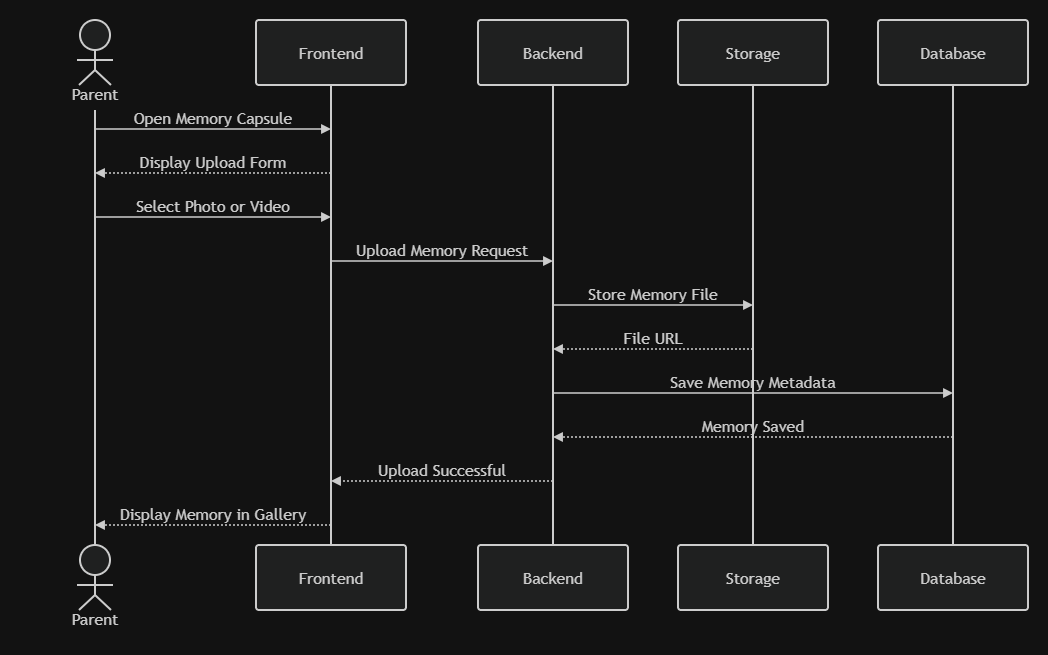
khodadadipoone-boop/-Maniarverse- keeps this draw.io diagram as docs/requirements/SequenceDiagram/SequenceDiagram_UploadMemory_MVP_v1.0.png. Above is the earlier version. Source tidied: cells renumbered, new cells last; positions are measured from the earlier drawing's top-left corner, leaving out a move shared by most shapes.
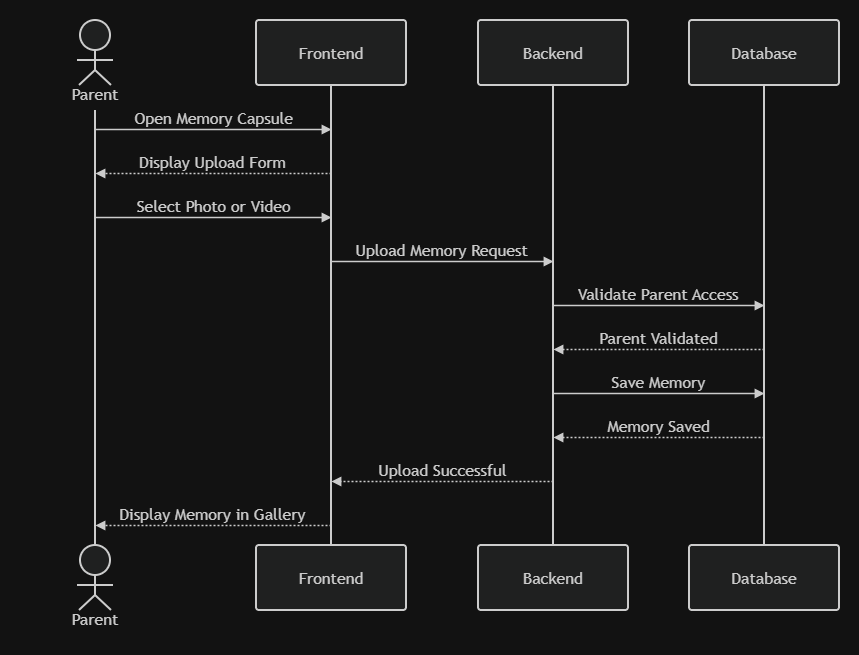
After the commit.

Commit message:
add parent access validation to upload memory sequence diagram

The edit, as a diff of the source:
```diff
@@ -6,122 +6,116 @@
       <mxGeometry as="geometry" />
     </mxCell>
     <mxCell id="3" value="Parent" style="html=1;shape=umlLifeline;perimeter=lifelinePerimeter;whiteSpace=wrap;newEdgeStyle={&quot;edgeStyle&quot;:&quot;elbowEdgeStyle&quot;,&quot;elbow&quot;:&quot;vertical&quot;,&quot;curved&quot;:0,&quot;rounded&quot;:0};lifelineDashed=0;strokeWidth=2;rounded=1;absoluteArcSize=1;arcSize=6;lifelineColor=light-dark(#9370DB,#cccccc);participant=seqActorStick;verticalAlign=bottom;align=center;spacingBottom=4;size=90;fillColor=light-dark(#ECECFF,#1f2020);strokeColor=light-dark(#9370DB,#cccccc);fontColor=light-dark(#333333,#cccccc);fontFamily=Trebuchet MS,Verdana,Arial,sans-serif;fontSize=16;" parent="2" vertex="1">
-      <mxGeometry x="60" y="220" width="150" height="525" as="geometry" />
+      <mxGeometry x="40" y="200" width="150" height="525" as="geometry" />
     </mxCell>
     <mxCell id="4" value="Parent" style="html=1;shape=umlLifeline;perimeter=lifelinePerimeter;whiteSpace=wrap;lifelineDashed=0;strokeWidth=2;rounded=1;absoluteArcSize=1;arcSize=6;lifelineColor=light-dark(#9370DB,#cccccc);size=90;participant=seqActorStick;verticalAlign=bottom;align=center;spacingBottom=4;fillColor=light-dark(#ECECFF,#1f2020);strokeColor=light-dark(#9370DB,#cccccc);fontColor=light-dark(#333333,#cccccc);fontFamily=Trebuchet MS,Verdana,Arial,sans-serif;fontSize=16;" parent="2" vertex="1">
-      <mxGeometry x="60" y="745" width="150" height="90" as="geometry" />
+      <mxGeometry x="40" y="725" width="150" height="90" as="geometry" />
     </mxCell>
     <mxCell id="5" value="Frontend" style="html=1;shape=umlLifeline;perimeter=lifelinePerimeter;whiteSpace=wrap;newEdgeStyle={&quot;edgeStyle&quot;:&quot;elbowEdgeStyle&quot;,&quot;elbow&quot;:&quot;vertical&quot;,&quot;curved&quot;:0,&quot;rounded&quot;:0};lifelineDashed=0;strokeWidth=2;rounded=1;absoluteArcSize=1;arcSize=6;lifelineColor=light-dark(#9370DB,#cccccc);size=65;fillColor=light-dark(#ECECFF,#1f2020);strokeColor=light-dark(#9370DB,#cccccc);fontColor=light-dark(#333333,#cccccc);fontFamily=Trebuchet MS,Verdana,Arial,sans-serif;fontSize=16;" parent="2" vertex="1">
-      <mxGeometry x="296" y="220" width="150" height="525" as="geometry" />
+      <mxGeometry x="276" y="200" width="150" height="525" as="geometry" />
     </mxCell>
     <mxCell id="6" value="Frontend" style="html=1;rounded=1;absoluteArcSize=1;arcSize=6;verticalAlign=middle;align=center;strokeWidth=2;whiteSpace=wrap;fillColor=light-dark(#ECECFF,#1f2020);strokeColor=light-dark(#9370DB,#cccccc);fontColor=light-dark(#333333,#cccccc);fontFamily=Trebuchet MS,Verdana,Arial,sans-serif;fontSize=16;" parent="2" vertex="1">
-      <mxGeometry x="296" y="745" width="150" height="65" as="geometry" />
+      <mxGeometry x="276" y="725" width="150" height="65" as="geometry" />
     </mxCell>
     <mxCell id="7" value="Backend" style="html=1;shape=umlLifeline;perimeter=lifelinePerimeter;whiteSpace=wrap;newEdgeStyle={&quot;edgeStyle&quot;:&quot;elbowEdgeStyle&quot;,&quot;elbow&quot;:&quot;vertical&quot;,&quot;curved&quot;:0,&quot;rounded&quot;:0};lifelineDashed=0;strokeWidth=2;rounded=1;absoluteArcSize=1;arcSize=6;lifelineColor=light-dark(#9370DB,#cccccc);size=65;fillColor=light-dark(#ECECFF,#1f2020);strokeColor=light-dark(#9370DB,#cccccc);fontColor=light-dark(#333333,#cccccc);fontFamily=Trebuchet MS,Verdana,Arial,sans-serif;fontSize=16;" parent="2" vertex="1">
-      <mxGeometry x="518" y="220" width="150" height="525" as="geometry" />
+      <mxGeometry x="498" y="200" width="150" height="525" as="geometry" />
     </mxCell>
     <mxCell id="8" value="Backend" style="html=1;rounded=1;absoluteArcSize=1;arcSize=6;verticalAlign=middle;align=center;strokeWidth=2;whiteSpace=wrap;fillColor=light-dark(#ECECFF,#1f2020);strokeColor=light-dark(#9370DB,#cccccc);fontColor=light-dark(#333333,#cccccc);fontFamily=Trebuchet MS,Verdana,Arial,sans-serif;fontSize=16;" parent="2" vertex="1">
-      <mxGeometry x="518" y="745" width="150" height="65" as="geometry" />
+      <mxGeometry x="498" y="725" width="150" height="65" as="geometry" />
     </mxCell>
-    <mxCell id="9" value="Storage" style="html=1;shape=umlLifeline;perimeter=lifelinePerimeter;whiteSpace=wrap;newEdgeStyle={&quot;edgeStyle&quot;:&quot;elbowEdgeStyle&quot;,&quot;elbow&quot;:&quot;vertical&quot;,&quot;curved&quot;:0,&quot;rounded&quot;:0};lifelineDashed=0;strokeWidth=2;rounded=1;absoluteArcSize=1;arcSize=6;lifelineColor=light-dark(#9370DB,#cccccc);size=65;fillColor=light-dark(#ECECFF,#1f2020);strokeColor=light-dark(#9370DB,#cccccc);fontColor=light-dark(#333333,#cccccc);fontFamily=Trebuchet MS,Verdana,Arial,sans-serif;fontSize=16;" parent="2" vertex="1">
-      <mxGeometry x="718" y="220" width="150" height="525" as="geometry" />
-    </mxCell>
-    <mxCell id="10" value="Storage" style="html=1;rounded=1;absoluteArcSize=1;arcSize=6;verticalAlign=middle;align=center;strokeWidth=2;whiteSpace=wrap;fillColor=light-dark(#ECECFF,#1f2020);strokeColor=light-dark(#9370DB,#cccccc);fontColor=light-dark(#333333,#cccccc);fontFamily=Trebuchet MS,Verdana,Arial,sans-serif;fontSize=16;" parent="2" vertex="1">
-      <mxGeometry x="718" y="745" width="150" height="65" as="geometry" />
-    </mxCell>
     <mxCell id="11" value="Database" style="html=1;shape=umlLifeline;perimeter=lifelinePerimeter;whiteSpace=wrap;newEdgeStyle={&quot;edgeStyle&quot;:&quot;elbowEdgeStyle&quot;,&quot;elbow&quot;:&quot;vertical&quot;,&quot;curved&quot;:0,&quot;rounded&quot;:0};lifelineDashed=0;strokeWidth=2;rounded=1;absoluteArcSize=1;arcSize=6;lifelineColor=light-dark(#9370DB,#cccccc);size=65;fillColor=light-dark(#ECECFF,#1f2020);strokeColor=light-dark(#9370DB,#cccccc);fontColor=light-dark(#333333,#cccccc);fontFamily=Trebuchet MS,Verdana,Arial,sans-serif;fontSize=16;" parent="2" vertex="1">
-      <mxGeometry x="918" y="220" width="150" height="525" as="geometry" />
+      <mxGeometry x="709" y="200" width="150" height="525" as="geometry" />
     </mxCell>
     <mxCell id="12" value="Database" style="html=1;rounded=1;absoluteArcSize=1;arcSize=6;verticalAlign=middle;align=center;strokeWidth=2;whiteSpace=wrap;fillColor=light-dark(#ECECFF,#1f2020);strokeColor=light-dark(#9370DB,#cccccc);fontColor=light-dark(#333333,#cccccc);fontFamily=Trebuchet MS,Verdana,Arial,sans-serif;fontSize=16;" parent="2" vertex="1">
-      <mxGeometry x="918" y="745" width="150" height="65" as="geometry" />
+      <mxGeometry x="709" y="725" width="150" height="65" as="geometry" />
     </mxCell>
     <mxCell id="13" value="Open Memory Capsule" style="endArrow=block;verticalAlign=bottom;edgeStyle=elbowEdgeStyle;elbow=vertical;curved=0;rounded=0;fontSize=16;labelBackgroundColor=none;strokeWidth=1.5;strokeColor=light-dark(#333333,#cccccc);fontColor=light-dark(#333333,#cccccc);fontFamily=Trebuchet MS,Verdana,Arial,sans-serif;" parent="2" edge="1">
       <mxGeometry relative="1" as="geometry">
-        <mxPoint x="135" y="329" as="sourcePoint" />
-        <mxPoint x="371" y="329" as="targetPoint" />
+        <mxPoint x="115" y="309" as="sourcePoint" />
+        <mxPoint x="351" y="309" as="targetPoint" />
         <Array as="points">
-          <mxPoint x="253" y="329" />
+          <mxPoint x="233" y="309" />
         </Array>
       </mxGeometry>
     </mxCell>
     <mxCell id="14" value="Display Upload Form" style="dashed=1;fixDash=1;dashPattern=2 2;endArrow=block;verticalAlign=bottom;edgeStyle=elbowEdgeStyle;elbow=vertical;curved=0;rounded=0;fontSize=16;labelBackgroundColor=none;strokeWidth=1.5;strokeColor=light-dark(#333333,#cccccc);fontColor=light-dark(#333333,#cccccc);fontFamily=Trebuchet MS,Verdana,Arial,sans-serif;" parent="2" edge="1">
       <mxGeometry relative="1" as="geometry">
-        <mxPoint x="371" y="373" as="sourcePoint" />
-        <mxPoint x="135" y="373" as="targetPoint" />
+        <mxPoint x="351" y="353" as="sourcePoint" />
+        <mxPoint x="115" y="353" as="targetPoint" />
         <Array as="points">
-          <mxPoint x="253" y="373" />
+          <mxPoint x="233" y="353" />
         </Array>
       </mxGeometry>
     </mxCell>
     <mxCell id="15" value="Select Photo or Video" style="endArrow=block;verticalAlign=bottom;edgeStyle=elbowEdgeStyle;elbow=vertical;curved=0;rounded=0;fontSize=16;labelBackgroundColor=none;strokeWidth=1.5;strokeColor=light-dark(#333333,#cccccc);fontColor=light-dark(#333333,#cccccc);fontFamily=Trebuchet MS,Verdana,Arial,sans-serif;" parent="2" edge="1">
       <mxGeometry relative="1" as="geometry">
-        <mxPoint x="135" y="417" as="sourcePoint" />
-        <mxPoint x="371" y="417" as="targetPoint" />
+        <mxPoint x="115" y="397" as="sourcePoint" />
+        <mxPoint x="351" y="397" as="targetPoint" />
         <Array as="points">
-          <mxPoint x="253" y="417" />
+          <mxPoint x="233" y="397" />
         </Array>
       </mxGeometry>
     </mxCell>
     <mxCell id="16" value="Upload Memory Request" style="endArrow=block;verticalAlign=bottom;edgeStyle=elbowEdgeStyle;elbow=vertical;curved=0;rounded=0;fontSize=16;labelBackgroundColor=none;strokeWidth=1.5;strokeColor=light-dark(#333333,#cccccc);fontColor=light-dark(#333333,#cccccc);fontFamily=Trebuchet MS,Verdana,Arial,sans-serif;" parent="2" edge="1">
       <mxGeometry relative="1" as="geometry">
-        <mxPoint x="371" y="461" as="sourcePoint" />
-        <mxPoint x="593" y="461" as="targetPoint" />
+        <mxPoint x="351" y="441" as="sourcePoint" />
+        <mxPoint x="573" y="441" as="targetPoint" />
         <Array as="points">
-          <mxPoint x="482" y="461" />
+          <mxPoint x="462" y="441" />
         </Array>
       </mxGeometry>
     </mxCell>
-    <mxCell id="17" value="Store Memory File" style="endArrow=block;verticalAlign=bottom;edgeStyle=elbowEdgeStyle;elbow=vertical;curved=0;rounded=0;fontSize=16;labelBackgroundColor=none;strokeWidth=1.5;strokeColor=light-dark(#333333,#cccccc);fontColor=light-dark(#333333,#cccccc);fontFamily=Trebuchet MS,Verdana,Arial,sans-serif;" parent="2" edge="1">
-      <mxGeometry relative="1" as="geometry">
-        <mxPoint x="593" y="505" as="sourcePoint" />
-        <mxPoint x="793" y="505" as="targetPoint" />
-        <Array as="points">
-          <mxPoint x="693" y="505" />
-        </Array>
-      </mxGeometry>
-    </mxCell>
-    <mxCell id="18" value="File URL" style="dashed=1;fixDash=1;dashPattern=2 2;endArrow=block;verticalAlign=bottom;edgeStyle=elbowEdgeStyle;elbow=vertical;curved=0;rounded=0;fontSize=16;labelBackgroundColor=none;strokeWidth=1.5;strokeColor=light-dark(#333333,#cccccc);fontColor=light-dark(#333333,#cccccc);fontFamily=Trebuchet MS,Verdana,Arial,sans-serif;" parent="2" edge="1">
-      <mxGeometry relative="1" as="geometry">
-        <mxPoint x="793" y="549" as="sourcePoint" />
-        <mxPoint x="593" y="549" as="targetPoint" />
-        <Array as="points">
-          <mxPoint x="693" y="549" />
-        </Array>
-      </mxGeometry>
-    </mxCell>
-    <mxCell id="19" value="Save Memory Metadata" style="endArrow=block;verticalAlign=bottom;edgeStyle=elbowEdgeStyle;elbow=vertical;curved=0;rounded=0;fontSize=16;labelBackgroundColor=none;strokeWidth=1.5;strokeColor=light-dark(#333333,#cccccc);fontColor=light-dark(#333333,#cccccc);fontFamily=Trebuchet MS,Verdana,Arial,sans-serif;" parent="2" edge="1">
-      <mxGeometry relative="1" as="geometry">
-        <mxPoint x="593" y="593" as="sourcePoint" />
-        <mxPoint x="993" y="593" as="targetPoint" />
-        <Array as="points">
-          <mxPoint x="793" y="593" />
-        </Array>
-      </mxGeometry>
-    </mxCell>
+    <mxCell id="23" value="Validate Parent Access" style="endArrow=block;verticalAlign=bottom;edgeStyle=elbowEdgeStyle;elbow=vertical;curved=0;rounded=0;fontSize=16;labelBackgroundColor=none;strokeWidth=1.5;strokeColor=light-dark(#333333,#cccccc);fontColor=light-dark(#333333,#cccccc);fontFamily=Trebuchet MS,Verdana,Arial,sans-serif;" parent="2" edge="1">
+      <mxGeometry relative="1" as="geometry">
+        <mxPoint x="573" y="485" as="sourcePoint" />
+        <mxPoint x="784" y="485" as="targetPoint" />
+        <Array as="points">
+          <mxPoint x="679" y="485" />
+        </Array>
+      </mxGeometry>
+    </mxCell>
+    <mxCell id="24" value="Parent Validated" style="dashed=1;fixDash=1;dashPattern=2 2;endArrow=block;verticalAlign=bottom;edgeStyle=elbowEdgeStyle;elbow=vertical;curved=0;rounded=0;fontSize=16;labelBackgroundColor=none;strokeWidth=1.5;strokeColor=light-dark(#333333,#cccccc);fontColor=light-dark(#333333,#cccccc);fontFamily=Trebuchet MS,Verdana,Arial,sans-serif;" parent="2" edge="1">
+      <mxGeometry relative="1" as="geometry">
+        <mxPoint x="784" y="529" as="sourcePoint" />
+        <mxPoint x="573" y="529" as="targetPoint" />
+        <Array as="points">
+          <mxPoint x="679" y="529" />
+        </Array>
+      </mxGeometry>
+    </mxCell>
+    <mxCell id="25" value="Save Memory" style="endArrow=block;verticalAlign=bottom;edgeStyle=elbowEdgeStyle;elbow=vertical;curved=0;rounded=0;fontSize=16;labelBackgroundColor=none;strokeWidth=1.5;strokeColor=light-dark(#333333,#cccccc);fontColor=light-dark(#333333,#cccccc);fontFamily=Trebuchet MS,Verdana,Arial,sans-serif;" parent="2" edge="1">
+      <mxGeometry relative="1" as="geometry">
+        <mxPoint x="573" y="573" as="sourcePoint" />
+        <mxPoint x="784" y="573" as="targetPoint" />
+        <Array as="points">
+          <mxPoint x="679" y="573" />
+        </Array>
+      </mxGeometry>
+    </mxCell>
     <mxCell id="20" value="Memory Saved" style="dashed=1;fixDash=1;dashPattern=2 2;endArrow=block;verticalAlign=bottom;edgeStyle=elbowEdgeStyle;elbow=vertical;curved=0;rounded=0;fontSize=16;labelBackgroundColor=none;strokeWidth=1.5;strokeColor=light-dark(#333333,#cccccc);fontColor=light-dark(#333333,#cccccc);fontFamily=Trebuchet MS,Verdana,Arial,sans-serif;" parent="2" edge="1">
       <mxGeometry relative="1" as="geometry">
-        <mxPoint x="993" y="637" as="sourcePoint" />
-        <mxPoint x="593" y="637" as="targetPoint" />
+        <mxPoint x="784" y="617" as="sourcePoint" />
+        <mxPoint x="573" y="617" as="targetPoint" />
         <Array as="points">
-          <mxPoint x="793" y="637" />
+          <mxPoint x="679" y="617" />
         </Array>
       </mxGeometry>
     </mxCell>
     <mxCell id="21" value="Upload Successful" style="dashed=1;fixDash=1;dashPattern=2 2;endArrow=block;verticalAlign=bottom;edgeStyle=elbowEdgeStyle;elbow=vertical;curved=0;rounded=0;fontSize=16;labelBackgroundColor=none;strokeWidth=1.5;strokeColor=light-dark(#333333,#cccccc);fontColor=light-dark(#333333,#cccccc);fontFamily=Trebuchet MS,Verdana,Arial,sans-serif;" parent="2" edge="1">
       <mxGeometry relative="1" as="geometry">
-        <mxPoint x="593" y="681" as="sourcePoint" />
-        <mxPoint x="371" y="681" as="targetPoint" />
+        <mxPoint x="573" y="661" as="sourcePoint" />
+        <mxPoint x="351" y="661" as="targetPoint" />
         <Array as="points">
-          <mxPoint x="482" y="681" />
+          <mxPoint x="462" y="661" />
         </Array>
       </mxGeometry>
     </mxCell>
     <mxCell id="22" value="Display Memory in Gallery" style="dashed=1;fixDash=1;dashPattern=2 2;endArrow=block;verticalAlign=bottom;edgeStyle=elbowEdgeStyle;elbow=vertical;curved=0;rounded=0;fontSize=16;labelBackgroundColor=none;strokeWidth=1.5;strokeColor=light-dark(#333333,#cccccc);fontColor=light-dark(#333333,#cccccc);fontFamily=Trebuchet MS,Verdana,Arial,sans-serif;" parent="2" edge="1">
       <mxGeometry relative="1" as="geometry">
-        <mxPoint x="371" y="725" as="sourcePoint" />
-        <mxPoint x="135" y="725" as="targetPoint" />
+        <mxPoint x="351" y="705" as="sourcePoint" />
+        <mxPoint x="115" y="705" as="targetPoint" />
         <Array as="points">
-          <mxPoint x="253" y="725" />
+          <mxPoint x="233" y="705" />
         </Array>
       </mxGeometry>
     </mxCell>
```
